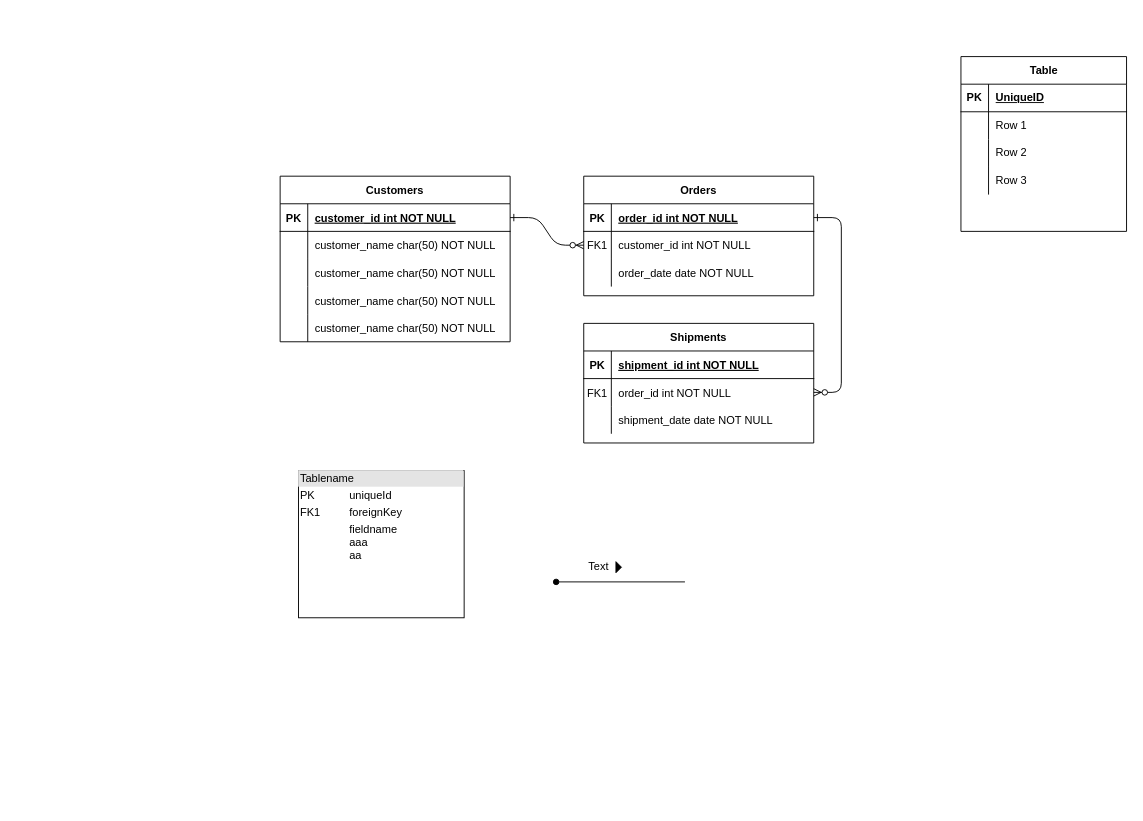
Before: ERD_0.drawio in AnTienHuang/COMP0178, a draw.io diagram. Source tidied: cells renumbered, new cells numbered last; positions are measured from the earlier drawing's top-left corner, leaving out a move shared by most shapes. Both pictures are drawn from the tidied source at 92%, with x=0, y=0 at pixel (280, 56).
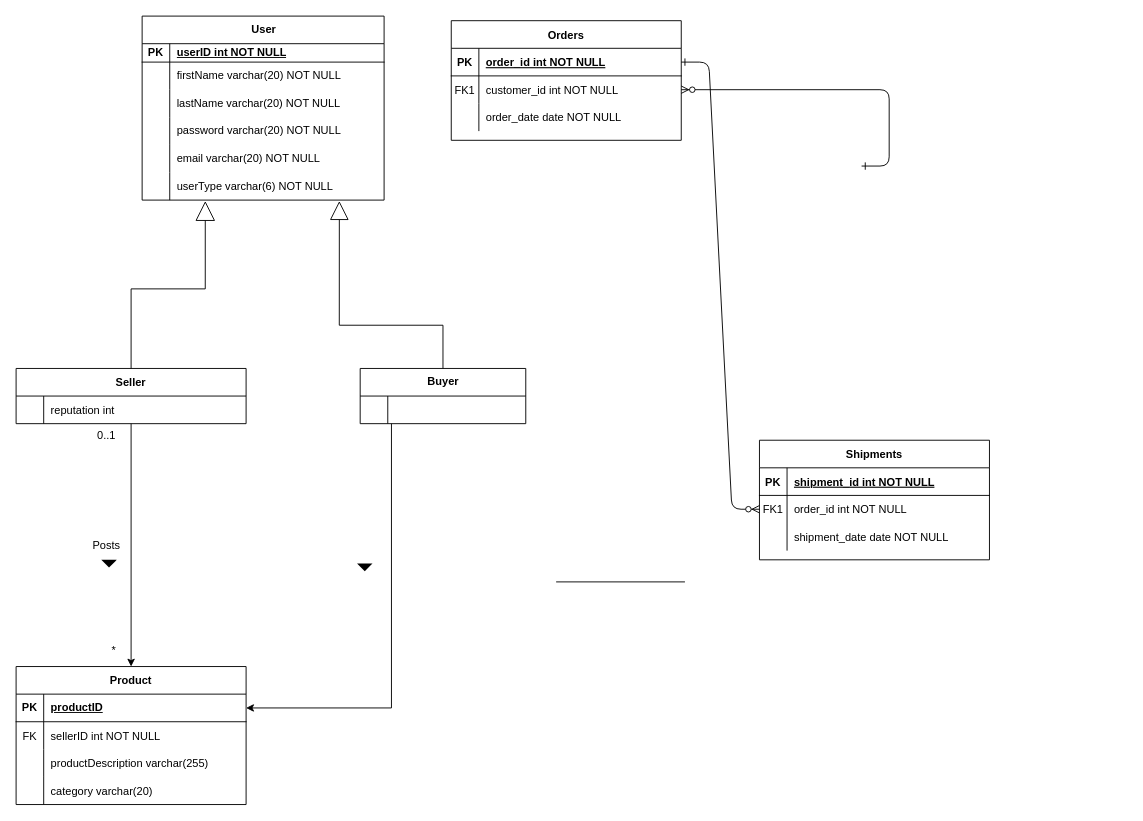
The same diagram, later.

Unchanged cells that the change refers to:
```xml
<mxCell id="8" style="shape=partialRectangle;fillColor=none;points=[[0,0.5],[1,0.5]];portConstraint=eastwest;top=0;left=0;right=0;bottom=0;" parent="4" vertex="1">
  <mxGeometry y="60" width="250" height="30" as="geometry" />
</mxCell>
```

What changed in the source:
```diff
@@
-    <mxCell id="2" style="edgeStyle=entityRelationEdgeStyle;endArrow=ERzeroToMany;startArrow=ERone;endFill=1;startFill=0;" parent="1" edge="1" source="25" target="8">
-      <mxGeometry relative="1" as="geometry" />
+    <mxCell id="2" style="edgeStyle=entityRelationEdgeStyle;endArrow=ERzeroToMany;startArrow=ERone;endFill=1;startFill=0;" parent="1" edge="1" target="8">
+      <mxGeometry relative="1" as="geometry">
+        <mxPoint x="632" y="119" as="sourcePoint" />
+      </mxGeometry>
     </mxCell>
@@
     <mxCell id="4" value="Orders" style="shape=table;startSize=30;childLayout=tableLayout;rowLines=0;fontStyle=1;align=center;" parent="1" vertex="1">
-      <mxGeometry x="330" y="130" width="250" height="130" as="geometry" />
+      <mxGeometry x="186" y="-39" width="250" height="130" as="geometry" />
     </mxCell>
@@
     <mxCell id="14" value="Shipments" style="shape=table;startSize=30;childLayout=tableLayout;rowLines=0;fontStyle=1;align=center;" parent="1" vertex="1">
-      <mxGeometry x="330" y="290" width="250" height="130" as="geometry" />
+      <mxGeometry x="521" y="417" width="250" height="130" as="geometry" />
     </mxCell>
@@
+    <mxCell id="41" style="triangle;fillColor=strokeColor;rotation=90;strokeWidth=2;" parent="1" vertex="1">
+      <mxGeometry x="-189" y="545" width="6" height="12" as="geometry" />
+    </mxCell>
+    <mxCell id="42" style="endArrow=none;html=1;rounded=0;align=center;verticalAlign=bottom;labelBackgroundColor=none;startArrow=none;startFill=0;" parent="1" edge="1">
+      <mxGeometry relative="1" as="geometry">
+        <mxPoint x="300" y="571" as="sourcePoint" />
+        <mxPoint x="440" y="571" as="targetPoint" />
+      </mxGeometry>
+    </mxCell>
+    <mxCell id="57" value="User&lt;br&gt;" style="shape=table;startSize=30;childLayout=tableLayout;rowLines=0;fontStyle=1;align=center;html=1;" parent="1" vertex="1">
+      <mxGeometry x="-150" y="-44" width="263" height="200" as="geometry" />
+    </mxCell>
+    <mxCell id="58" style="shape=tableRow;horizontal=0;startSize=0;swimlaneHead=0;swimlaneBody=0;fillColor=none;top=0;left=0;right=0;bottom=1;" parent="57" vertex="1">
+      <mxGeometry y="30" width="263" height="20" as="geometry" />
+    </mxCell>
+    <mxCell id="26" value="PK" style="shape=partialRectangle;fillColor=none;top=0;left=0;bottom=0;right=0;fontStyle=1;overflow=hidden;whiteSpace=wrap;html=1;" parent="58" vertex="1">
+      <mxGeometry width="30" height="20" as="geometry" />
+    </mxCell>
+    <mxCell id="59" value="userID int NOT NULL" style="shape=partialRectangle;fillColor=none;top=0;left=0;bottom=0;right=0;align=left;spacingLeft=6;fontStyle=5;overflow=hidden;whiteSpace=wrap;html=1;" parent="58" vertex="1">
+      <mxGeometry x="30" width="233" height="20" as="geometry" />
+    </mxCell>
+    <mxCell id="60" style="shape=tableRow;horizontal=0;startSize=0;swimlaneHead=0;swimlaneBody=0;fillColor=none;top=0;left=0;right=0;bottom=0;" parent="57" vertex="1">
+      <mxGeometry y="50" width="263" height="30" as="geometry" />
+    </mxCell>
+    <mxCell id="61" style="shape=partialRectangle;fillColor=none;top=0;left=0;bottom=0;right=0;overflow=hidden;whiteSpace=wrap;html=1;" parent="60" vertex="1">
+      <mxGeometry width="30" height="30" as="geometry" />
+    </mxCell>
+    <mxCell id="62" value="firstName varchar(20) NOT NULL" style="shape=partialRectangle;fillColor=none;top=0;left=0;bottom=0;right=0;align=left;spacingLeft=6;overflow=hidden;whiteSpace=wrap;html=1;" parent="60" vertex="1">
+      <mxGeometry x="30" width="233" height="30" as="geometry" />
+    </mxCell>
+    <mxCell id="63" style="shape=tableRow;horizontal=0;startSize=0;swimlaneHead=0;swimlaneBody=0;fillColor=none;top=0;left=0;right=0;bottom=0;" parent="57" vertex="1">
+      <mxGeometry y="80" width="263" height="30" as="geometry" />
+    </mxCell>
+    <mxCell id="64" style="shape=partialRectangle;fillColor=none;top=0;left=0;bottom=0;right=0;overflow=hidden;whiteSpace=wrap;html=1;" parent="63" vertex="1">
+      <mxGeometry width="30" height="30" as="geometry" />
+    </mxCell>
+    <mxCell id="65" value="lastName varchar(20) NOT NULL" style="shape=partialRectangle;fillColor=none;top=0;left=0;bottom=0;right=0;align=left;spacingLeft=6;overflow=hidden;whiteSpace=wrap;html=1;" parent="63" vertex="1">
+      <mxGeometry x="30" width="233" height="30" as="geometry" />
+    </mxCell>
+    <mxCell id="66" style="shape=tableRow;horizontal=0;startSize=0;swimlaneHead=0;swimlaneBody=0;fillColor=none;top=0;left=0;right=0;bottom=0;" parent="57" vertex="1">
+      <mxGeometry y="110" width="263" height="30" as="geometry" />
+    </mxCell>
+    <mxCell id="67" style="shape=partialRectangle;fillColor=none;top=0;left=0;bottom=0;right=0;overflow=hidden;whiteSpace=wrap;html=1;" parent="66" vertex="1">
+      <mxGeometry width="30" height="30" as="geometry" />
+    </mxCell>
+    <mxCell id="68" value="password varchar(20) NOT NULL" style="shape=partialRectangle;fillColor=none;top=0;left=0;bottom=0;right=0;align=left;spacingLeft=6;overflow=hidden;whiteSpace=wrap;html=1;" parent="66" vertex="1">
+      <mxGeometry x="30" width="233" height="30" as="geometry" />
+    </mxCell>
+    <mxCell id="69" style="shape=tableRow;horizontal=0;startSize=0;swimlaneHead=0;swimlaneBody=0;fillColor=none;top=0;left=0;right=0;bottom=0;" parent="57" vertex="1">
+      <mxGeometry y="140" width="263" height="30" as="geometry" />
+    </mxCell>
+    <mxCell id="70" style="shape=partialRectangle;fillColor=none;top=0;left=0;bottom=0;right=0;overflow=hidden;whiteSpace=wrap;html=1;" parent="69" vertex="1">
+      <mxGeometry width="30" height="30" as="geometry" />
+    </mxCell>
+    <mxCell id="71" value="email varchar(20) NOT NULL" style="shape=partialRectangle;fillColor=none;top=0;left=0;bottom=0;right=0;align=left;spacingLeft=6;overflow=hidden;whiteSpace=wrap;html=1;" parent="69" vertex="1">
+      <mxGeometry x="30" width="233" height="30" as="geometry" />
+    </mxCell>
+    <mxCell id="72" style="shape=tableRow;horizontal=0;startSize=0;swimlaneHead=0;swimlaneBody=0;fillColor=none;points=[[0,0.5],[1,0.5]];portConstraint=eastwest;top=0;left=0;right=0;bottom=0;" parent="57" vertex="1">
+      <mxGeometry y="170" width="263" height="30" as="geometry" />
+    </mxCell>
+    <mxCell id="73" style="shape=partialRectangle;fillColor=none;top=0;left=0;bottom=0;right=0;overflow=hidden;whiteSpace=wrap;html=1;" parent="72" vertex="1">
+      <mxGeometry width="30" height="30" as="geometry" />
+    </mxCell>
+    <mxCell id="74" value="userType varchar(6) NOT NULL" style="shape=partialRectangle;fillColor=none;top=0;left=0;bottom=0;right=0;align=left;spacingLeft=6;overflow=hidden;whiteSpace=wrap;html=1;" parent="72" vertex="1">
+      <mxGeometry x="30" width="233" height="30" as="geometry" />
+    </mxCell>
+    <mxCell id="75" style="edgeStyle=orthogonalEdgeStyle;rounded=0;jettySize=auto;html=1;entryX=1;entryY=0.5;entryDx=0;entryDy=0;" parent="1" edge="1" source="76" target="82">
+      <mxGeometry relative="1" as="geometry">
+        <Array as="points">
+          <mxPoint x="121" y="708" />
+        </Array>
+      </mxGeometry>
+    </mxCell>
+    <mxCell id="76" value="Buyer" style="shape=table;startSize=30;childLayout=tableLayout;rowLines=0;fontStyle=1;align=center;html=1;" parent="1" vertex="1">
+      <mxGeometry x="87" y="339" width="180" height="60" as="geometry" />
+    </mxCell>
+    <mxCell id="77" style="shape=tableRow;horizontal=0;startSize=0;swimlaneHead=0;swimlaneBody=0;fillColor=none;top=0;left=0;right=0;bottom=0;" parent="76" vertex="1">
+      <mxGeometry y="30" width="180" height="30" as="geometry" />
+    </mxCell>
+    <mxCell id="78" style="shape=partialRectangle;fillColor=none;top=0;left=0;bottom=0;right=0;overflow=hidden;whiteSpace=wrap;html=1;" parent="77" vertex="1">
+      <mxGeometry width="30" height="30" as="geometry" />
+    </mxCell>
+    <mxCell id="79" style="shape=partialRectangle;fillColor=none;top=0;left=0;bottom=0;right=0;align=left;spacingLeft=6;overflow=hidden;whiteSpace=wrap;html=1;" parent="77" vertex="1">
+      <mxGeometry x="30" width="150" height="30" as="geometry" />
+    </mxCell>
+    <mxCell id="80" style="edgeStyle=orthogonalEdgeStyle;rounded=0;jettySize=auto;html=1;jumpStyle=none;" parent="1" edge="1" source="24" target="81">
+      <mxGeometry relative="1" as="geometry" />
+    </mxCell>
-    <mxCell id="24" value="Customers" style="shape=table;startSize=30;childLayout=tableLayout;rowLines=0;fontStyle=1;align=center;swimlaneLine=1;" parent="1" vertex="1">
-      <mxGeometry y="130" width="250" height="180" as="geometry" />
+    <mxCell id="24" value="Seller" style="shape=table;startSize=30;childLayout=tableLayout;rowLines=0;fontStyle=1;align=center;swimlaneLine=1;" parent="1" vertex="1">
+      <mxGeometry x="-287" y="339" width="250" height="60" as="geometry" />
     </mxCell>
-    <mxCell id="25" style="shape=partialRectangle;fillColor=none;points=[[0,0.5],[1,0.5]];portConstraint=eastwest;top=0;left=0;right=0;bottom=1;" parent="24" vertex="1">
-      <mxGeometry y="30" width="250" height="30" as="geometry" />
-    </mxCell>
-    <mxCell id="26" value="PK" style="shape=partialRectangle;overflow=hidden;fillColor=none;top=0;left=0;bottom=0;right=0;fontStyle=1;" parent="25" vertex="1">
-      <mxGeometry width="30" height="30" as="geometry" />
-    </mxCell>
-    <mxCell id="27" value="customer_id int NOT NULL " style="shape=partialRectangle;overflow=hidden;fillColor=none;top=0;left=0;bottom=0;right=0;align=left;spacingLeft=6;fontStyle=5;" parent="25" vertex="1">
-      <mxGeometry x="30" width="220" height="30" as="geometry" />
-    </mxCell>
     <mxCell id="28" style="shape=partialRectangle;fillColor=none;top=0;left=0;right=0;bottom=0;" parent="24" vertex="1">
-      <mxGeometry y="60" width="250" height="30" as="geometry" />
+      <mxGeometry y="30" width="250" height="30" as="geometry" />
     </mxCell>
@@
-    <mxCell id="30" value="customer_name char(50) NOT NULL" style="shape=partialRectangle;overflow=hidden;fillColor=none;top=0;left=0;bottom=0;right=0;align=left;spacingLeft=6;" parent="28" vertex="1">
+    <mxCell id="30" value="reputation int" style="shape=partialRectangle;overflow=hidden;fillColor=none;top=0;left=0;bottom=0;right=0;align=left;spacingLeft=6;" parent="28" vertex="1">
       <mxGeometry x="30" width="220" height="30" as="geometry" />
     </mxCell>
+    <mxCell id="81" value="Product" style="shape=table;startSize=30;childLayout=tableLayout;rowLines=0;fontStyle=1;align=center;swimlaneLine=1;" parent="1" vertex="1">
+      <mxGeometry x="-287" y="663" width="250" height="150" as="geometry" />
+    </mxCell>
+    <mxCell id="82" style="shape=tableRow;horizontal=0;startSize=0;swimlaneHead=0;swimlaneBody=0;fillColor=none;points=[[0,0.5],[1,0.5]];portConstraint=eastwest;top=0;left=0;right=0;bottom=1;" parent="81" vertex="1">
+      <mxGeometry y="30" width="250" height="30" as="geometry" />
+    </mxCell>
+    <mxCell id="46" value="PK" style="shape=partialRectangle;fillColor=none;top=0;left=0;bottom=0;right=0;fontStyle=1;overflow=hidden;whiteSpace=wrap;html=1;" parent="82" vertex="1">
+      <mxGeometry width="30" height="30" as="geometry" />
+    </mxCell>
+    <mxCell id="83" value="productID" style="shape=partialRectangle;fillColor=none;top=0;left=0;bottom=0;right=0;align=left;spacingLeft=6;fontStyle=5;overflow=hidden;whiteSpace=wrap;html=1;" parent="82" vertex="1">
+      <mxGeometry x="30" width="220" height="30" as="geometry" />
+    </mxCell>
+    <mxCell id="84" style="shape=partialRectangle;fillColor=none;top=0;left=0;right=0;bottom=0;" parent="81" vertex="1">
+      <mxGeometry y="60" width="250" height="30" as="geometry" />
+    </mxCell>
+    <mxCell id="85" value="FK" style="shape=partialRectangle;overflow=hidden;fillColor=none;top=0;left=0;bottom=0;right=0;" parent="84" vertex="1">
+      <mxGeometry width="30" height="30" as="geometry" />
+    </mxCell>
+    <mxCell id="86" value="sellerID int NOT NULL" style="shape=partialRectangle;overflow=hidden;fillColor=none;top=0;left=0;bottom=0;right=0;align=left;spacingLeft=6;" parent="84" vertex="1">
+      <mxGeometry x="30" width="220" height="30" as="geometry" />
+    </mxCell>
-    <mxCell id="31" style="shape=partialRectangle;fillColor=none;top=0;left=0;right=0;bottom=0;" parent="24" vertex="1">
+    <mxCell id="31" style="shape=partialRectangle;fillColor=none;top=0;left=0;right=0;bottom=0;" parent="81" vertex="1">
       <mxGeometry y="90" width="250" height="30" as="geometry" />
     </mxCell>
-    <mxCell id="32" style="shape=partialRectangle;overflow=hidden;fillColor=none;top=0;left=0;bottom=0;right=0;" parent="31" vertex="1">
-      <mxGeometry width="30" height="30" as="geometry" />
-    </mxCell>
-    <mxCell id="33" value="customer_name char(50) NOT NULL" style="shape=partialRectangle;overflow=hidden;fillColor=none;top=0;left=0;bottom=0;right=0;align=left;spacingLeft=6;" parent="31" vertex="1">
-      <mxGeometry x="30" width="220" height="30" as="geometry" />
-    </mxCell>
+    <mxCell id="87" style="shape=partialRectangle;overflow=hidden;fillColor=none;top=0;left=0;bottom=0;right=0;" parent="31" vertex="1">
+      <mxGeometry width="30" height="30" as="geometry" />
+    </mxCell>
+    <mxCell id="88" value="productDescription varchar(255)" style="shape=partialRectangle;overflow=hidden;fillColor=none;top=0;left=0;bottom=0;right=0;align=left;spacingLeft=6;" parent="31" vertex="1">
+      <mxGeometry x="30" width="220" height="30" as="geometry" />
+    </mxCell>
-    <mxCell id="34" style="shape=partialRectangle;fillColor=none;top=0;left=0;right=0;bottom=0;" parent="24" vertex="1">
+    <mxCell id="34" style="shape=partialRectangle;fillColor=none;top=0;left=0;right=0;bottom=0;" parent="81" vertex="1">
       <mxGeometry y="120" width="250" height="30" as="geometry" />
     </mxCell>
-    <mxCell id="35" style="shape=partialRectangle;overflow=hidden;fillColor=none;top=0;left=0;bottom=0;right=0;" parent="34" vertex="1">
-      <mxGeometry width="30" height="30" as="geometry" />
-    </mxCell>
-    <mxCell id="36" value="customer_name char(50) NOT NULL" style="shape=partialRectangle;overflow=hidden;fillColor=none;top=0;left=0;bottom=0;right=0;align=left;spacingLeft=6;" parent="34" vertex="1">
-      <mxGeometry x="30" width="220" height="30" as="geometry" />
-    </mxCell>
-    <mxCell id="37" style="shape=partialRectangle;fillColor=none;top=0;left=0;right=0;bottom=0;" parent="24" vertex="1">
-      <mxGeometry y="150" width="250" height="30" as="geometry" />
-    </mxCell>
-    <mxCell id="38" style="shape=partialRectangle;overflow=hidden;fillColor=none;top=0;left=0;bottom=0;right=0;" parent="37" vertex="1">
-      <mxGeometry width="30" height="30" as="geometry" />
-    </mxCell>
-    <mxCell id="39" value="customer_name char(50) NOT NULL" style="shape=partialRectangle;overflow=hidden;fillColor=none;top=0;left=0;bottom=0;right=0;align=left;spacingLeft=6;" parent="37" vertex="1">
-      <mxGeometry x="30" width="220" height="30" as="geometry" />
-    </mxCell>
-    <mxCell id="40" value="&lt;div style=&quot;box-sizing:border-box;width:100%;background:#e4e4e4;padding:2px;&quot;&gt;Tablename&lt;/div&gt;&lt;table style=&quot;width:100%;font-size:1em;&quot; cellpadding=&quot;2&quot; cellspacing=&quot;0&quot;&gt;&lt;tbody&gt;&lt;tr&gt;&lt;td&gt;PK&lt;/td&gt;&lt;td&gt;uniqueId&lt;/td&gt;&lt;/tr&gt;&lt;tr&gt;&lt;td&gt;FK1&lt;/td&gt;&lt;td&gt;foreignKey&lt;/td&gt;&lt;/tr&gt;&lt;tr&gt;&lt;td&gt;&lt;/td&gt;&lt;td&gt;fieldname&lt;br&gt;aaa&lt;br&gt;aa&lt;/td&gt;&lt;/tr&gt;&lt;/tbody&gt;&lt;/table&gt;" style="verticalAlign=top;align=left;overflow=fill;html=1;whiteSpace=wrap;" parent="1" vertex="1">
-      <mxGeometry x="20" y="450" width="180" height="160" as="geometry" />
-    </mxCell>
-    <mxCell id="41" style="triangle;fillColor=strokeColor;" parent="1" vertex="1">
-      <mxGeometry x="365" y="549" width="6" height="12" as="geometry" />
-    </mxCell>
-    <mxCell id="42" style="endArrow=none;html=1;rounded=0;align=center;verticalAlign=bottom;labelBackgroundColor=none;startArrow=oval;startFill=1;" parent="1" edge="1">
-      <mxGeometry relative="1" as="geometry">
-        <mxPoint x="300" y="571" as="sourcePoint" />
-        <mxPoint x="440" y="571" as="targetPoint" />
-      </mxGeometry>
-    </mxCell>
-    <mxCell id="43" value="Text" style="text;html=1;align=center;verticalAlign=middle;strokeColor=none;fillColor=none;" parent="1" vertex="1">
-      <mxGeometry x="321" y="540" width="50" height="30" as="geometry" />
-    </mxCell>
-    <mxCell id="44" value="Table" style="shape=table;startSize=30;childLayout=tableLayout;rowLines=0;fontStyle=1;align=center;html=1;" parent="1" vertex="1">
-      <mxGeometry x="740" width="180" height="190" as="geometry" />
-    </mxCell>
-    <mxCell id="45" style="shape=tableRow;horizontal=0;startSize=0;swimlaneHead=0;swimlaneBody=0;fillColor=none;top=0;left=0;right=0;bottom=1;" parent="44" vertex="1">
-      <mxGeometry y="30" width="180" height="30" as="geometry" />
-    </mxCell>
-    <mxCell id="46" value="PK" style="shape=partialRectangle;fillColor=none;top=0;left=0;bottom=0;right=0;fontStyle=1;overflow=hidden;whiteSpace=wrap;html=1;" parent="45" vertex="1">
-      <mxGeometry width="30" height="30" as="geometry" />
-    </mxCell>
-    <mxCell id="47" value="UniqueID" style="shape=partialRectangle;fillColor=none;top=0;left=0;bottom=0;right=0;align=left;spacingLeft=6;fontStyle=5;overflow=hidden;whiteSpace=wrap;html=1;" parent="45" vertex="1">
-      <mxGeometry x="30" width="150" height="30" as="geometry" />
-    </mxCell>
-    <mxCell id="48" style="shape=tableRow;horizontal=0;startSize=0;swimlaneHead=0;swimlaneBody=0;fillColor=none;top=0;left=0;right=0;bottom=0;" parent="44" vertex="1">
-      <mxGeometry y="60" width="180" height="30" as="geometry" />
-    </mxCell>
-    <mxCell id="49" style="shape=partialRectangle;fillColor=none;top=0;left=0;bottom=0;right=0;overflow=hidden;whiteSpace=wrap;html=1;" parent="48" vertex="1">
-      <mxGeometry width="30" height="30" as="geometry" />
-    </mxCell>
-    <mxCell id="50" value="Row 1" style="shape=partialRectangle;fillColor=none;top=0;left=0;bottom=0;right=0;align=left;spacingLeft=6;overflow=hidden;whiteSpace=wrap;html=1;" parent="48" vertex="1">
-      <mxGeometry x="30" width="150" height="30" as="geometry" />
-    </mxCell>
-    <mxCell id="51" style="shape=tableRow;horizontal=0;startSize=0;swimlaneHead=0;swimlaneBody=0;fillColor=none;top=0;left=0;right=0;bottom=0;" parent="44" vertex="1">
-      <mxGeometry y="90" width="180" height="30" as="geometry" />
-    </mxCell>
-    <mxCell id="52" style="shape=partialRectangle;fillColor=none;top=0;left=0;bottom=0;right=0;overflow=hidden;whiteSpace=wrap;html=1;" parent="51" vertex="1">
-      <mxGeometry width="30" height="30" as="geometry" />
-    </mxCell>
-    <mxCell id="53" value="Row 2" style="shape=partialRectangle;fillColor=none;top=0;left=0;bottom=0;right=0;align=left;spacingLeft=6;overflow=hidden;whiteSpace=wrap;html=1;" parent="51" vertex="1">
-      <mxGeometry x="30" width="150" height="30" as="geometry" />
-    </mxCell>
-    <mxCell id="54" style="shape=tableRow;horizontal=0;startSize=0;swimlaneHead=0;swimlaneBody=0;fillColor=none;top=0;left=0;right=0;bottom=0;" parent="44" vertex="1">
-      <mxGeometry y="120" width="180" height="30" as="geometry" />
-    </mxCell>
-    <mxCell id="55" style="shape=partialRectangle;fillColor=none;top=0;left=0;bottom=0;right=0;overflow=hidden;whiteSpace=wrap;html=1;" parent="54" vertex="1">
-      <mxGeometry width="30" height="30" as="geometry" />
-    </mxCell>
-    <mxCell id="56" value="Row 3" style="shape=partialRectangle;fillColor=none;top=0;left=0;bottom=0;right=0;align=left;spacingLeft=6;overflow=hidden;whiteSpace=wrap;html=1;" parent="54" vertex="1">
-      <mxGeometry x="30" width="150" height="30" as="geometry" />
-    </mxCell>
+    <mxCell id="89" style="shape=partialRectangle;overflow=hidden;fillColor=none;top=0;left=0;bottom=0;right=0;" parent="34" vertex="1">
+      <mxGeometry width="30" height="30" as="geometry" />
+    </mxCell>
+    <mxCell id="90" value="category varchar(20)" style="shape=partialRectangle;overflow=hidden;fillColor=none;top=0;left=0;bottom=0;right=0;align=left;spacingLeft=6;" parent="34" vertex="1">
+      <mxGeometry x="30" width="220" height="30" as="geometry" />
+    </mxCell>
+    <mxCell id="91" style="edgeStyle=orthogonalEdgeStyle;rounded=0;jettySize=auto;html=1;exitX=0.5;exitY=0;exitDx=0;exitDy=0;entryX=0.261;entryY=1.034;entryDx=0;entryDy=0;entryPerimeter=0;endArrow=block;endFill=0;endSize=19;" parent="1" edge="1" source="24" target="72">
+      <mxGeometry relative="1" as="geometry" />
+    </mxCell>
+    <mxCell id="92" style="edgeStyle=orthogonalEdgeStyle;rounded=0;jettySize=auto;html=1;endArrow=block;endFill=0;exitX=0.5;exitY=0;exitDx=0;exitDy=0;endSize=18;entryX=0.815;entryY=1.034;entryDx=0;entryDy=0;entryPerimeter=0;" parent="1" edge="1" source="76" target="72">
+      <mxGeometry relative="1" as="geometry">
+        <Array as="points">
+          <mxPoint x="177" y="292" />
+          <mxPoint x="64" y="292" />
+        </Array>
+      </mxGeometry>
+    </mxCell>
+    <mxCell id="93" value="&lt;font style=&quot;font-size: 12px;&quot;&gt;Posts&lt;/font&gt;" style="text;html=1;align=center;verticalAlign=middle;strokeColor=none;fillColor=none;strokeWidth=5;" parent="1" vertex="1">
+      <mxGeometry x="-213" y="519" width="48" height="26" as="geometry" />
+    </mxCell>
+    <mxCell id="94" value="0..1" style="text;html=1;align=center;verticalAlign=middle;strokeColor=none;fillColor=none;" parent="1" vertex="1">
+      <mxGeometry x="-208" y="399" width="38" height="26" as="geometry" />
+    </mxCell>
+    <mxCell id="95" value="*" style="text;html=1;align=center;verticalAlign=middle;strokeColor=none;fillColor=none;" parent="1" vertex="1">
+      <mxGeometry x="-193" y="633" width="23" height="26" as="geometry" />
+    </mxCell>
+    <mxCell id="96" style="triangle;fillColor=strokeColor;rotation=90;strokeWidth=2;" parent="1" vertex="1">
+      <mxGeometry x="89" y="549" width="6" height="12" as="geometry" />
+    </mxCell>
```
